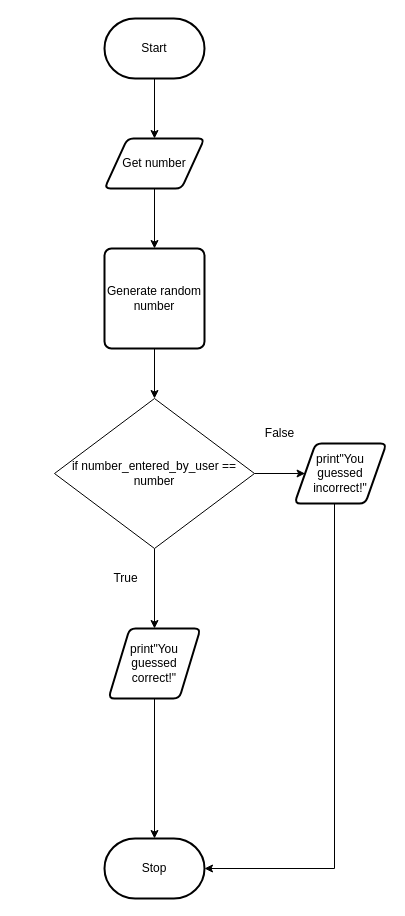
Before: flowchart.drawio in michael-clermont1/ICS3U-Unit4-07-Python, a draw.io diagram. Source tidied: cells renumbered, new cells numbered last; positions are measured from the earlier drawing's top-left corner, leaving out a move shared by most shapes. Both pictures are drawn from the tidied source at 100%, with x=0, y=0 at pixel (54, 18).
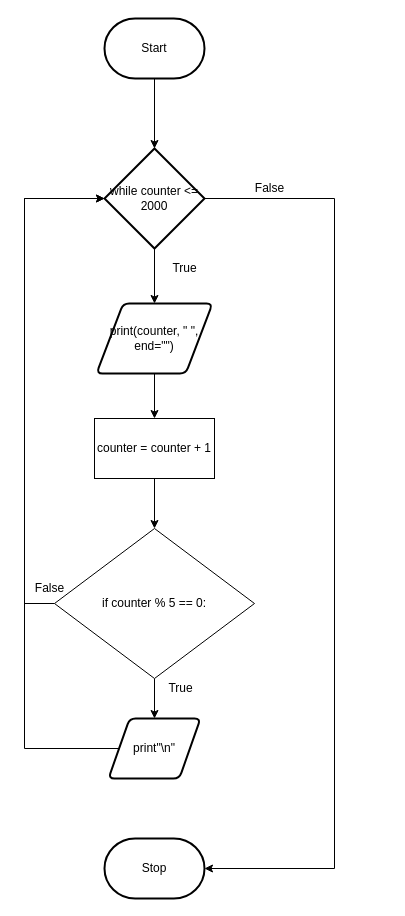
Above is the later version.

Unchanged cells that the change refers to:
```xml
<mxCell id="5" value="Start" style="strokeWidth=2;html=1;shape=mxgraph.flowchart.terminator;whiteSpace=wrap;" parent="1" vertex="1">
  <mxGeometry x="50" width="100" height="60" as="geometry" />
</mxCell>
<mxCell id="6" value="Stop" style="strokeWidth=2;html=1;shape=mxgraph.flowchart.terminator;whiteSpace=wrap;" parent="1" vertex="1">
  <mxGeometry x="50" y="820" width="100" height="60" as="geometry" />
</mxCell>
```

The edit, as a diff of the source:
```diff
@@
-    <mxCell id="2" style="edgeStyle=orthogonalEdgeStyle;rounded=0;html=1;exitX=0.5;exitY=1;exitDx=0;exitDy=0;entryX=0.5;entryY=0;entryDx=0;entryDy=0;" parent="1" edge="1" source="3" target="17">
-      <mxGeometry relative="1" as="geometry" />
-    </mxCell>
-    <mxCell id="3" value="Get number" style="shape=parallelogram;html=1;strokeWidth=2;perimeter=parallelogramPerimeter;whiteSpace=wrap;rounded=1;arcSize=12;size=0.23;" parent="1" vertex="1">
-      <mxGeometry x="50" y="120" width="100" height="50" as="geometry" />
-    </mxCell>
-    <mxCell id="4" style="edgeStyle=orthogonalEdgeStyle;rounded=0;html=1;entryX=0.5;entryY=0;entryDx=0;entryDy=0;" parent="1" edge="1" source="5" target="3">
-      <mxGeometry relative="1" as="geometry" />
-    </mxCell>
+    <mxCell id="18" style="edgeStyle=orthogonalEdgeStyle;html=1;entryX=0.5;entryY=0;entryDx=0;entryDy=0;entryPerimeter=0;rounded=0;" parent="1" edge="1" source="5" target="24">
+      <mxGeometry relative="1" as="geometry" />
+    </mxCell>
@@
-    <mxCell id="7" style="edgeStyle=orthogonalEdgeStyle;rounded=0;html=1;entryX=0.5;entryY=0;entryDx=0;entryDy=0;entryPerimeter=0;" parent="1" edge="1" source="8" target="6">
-      <mxGeometry relative="1" as="geometry" />
-    </mxCell>
+    <mxCell id="19" style="edgeStyle=orthogonalEdgeStyle;rounded=0;html=1;entryX=0.5;entryY=0;entryDx=0;entryDy=0;" parent="1" edge="1" source="8" target="26">
+      <mxGeometry relative="1" as="geometry" />
+    </mxCell>
-    <mxCell id="8" value="print&quot;You guessed correct!&quot;" style="shape=parallelogram;html=1;strokeWidth=2;perimeter=parallelogramPerimeter;whiteSpace=wrap;rounded=1;arcSize=12;size=0.23;" parent="1" vertex="1">
-      <mxGeometry x="54" y="610" width="92" height="70" as="geometry" />
+    <mxCell id="8" value="print(counter, &quot; &quot;, end=&quot;&quot;)" style="shape=parallelogram;html=1;strokeWidth=2;perimeter=parallelogramPerimeter;whiteSpace=wrap;rounded=1;arcSize=12;size=0.23;" parent="1" vertex="1">
+      <mxGeometry x="42" y="285" width="116" height="70" as="geometry" />
     </mxCell>
-    <mxCell id="9" style="edgeStyle=orthogonalEdgeStyle;rounded=0;html=1;entryX=1;entryY=0.5;entryDx=0;entryDy=0;entryPerimeter=0;" parent="1" edge="1" source="10" target="6">
-      <mxGeometry relative="1" as="geometry">
-        <Array as="points">
-          <mxPoint x="280" y="850" />
-        </Array>
-      </mxGeometry>
-    </mxCell>
+    <mxCell id="20" style="edgeStyle=orthogonalEdgeStyle;rounded=0;html=1;entryX=0;entryY=0.5;entryDx=0;entryDy=0;entryPerimeter=0;" parent="1" edge="1" source="10" target="24">
+      <mxGeometry relative="1" as="geometry">
+        <Array as="points">
+          <mxPoint x="-30" y="730" />
+          <mxPoint x="-30" y="180" />
+        </Array>
+      </mxGeometry>
+    </mxCell>
-    <mxCell id="10" value="print&quot;You guessed incorrect!&quot;" style="shape=parallelogram;html=1;strokeWidth=2;perimeter=parallelogramPerimeter;whiteSpace=wrap;rounded=1;arcSize=12;size=0.23;" parent="1" vertex="1">
-      <mxGeometry x="240" y="425" width="92" height="60" as="geometry" />
+    <mxCell id="10" value="print&quot;\n&quot;" style="shape=parallelogram;html=1;strokeWidth=2;perimeter=parallelogramPerimeter;whiteSpace=wrap;rounded=1;arcSize=12;size=0.23;" parent="1" vertex="1">
+      <mxGeometry x="54" y="700" width="92" height="60" as="geometry" />
     </mxCell>
-    <mxCell id="11" style="edgeStyle=none;html=1;entryX=0.5;entryY=0;entryDx=0;entryDy=0;" parent="1" edge="1" source="13" target="8">
-      <mxGeometry relative="1" as="geometry" />
-    </mxCell>
+    <mxCell id="21" style="edgeStyle=orthogonalEdgeStyle;rounded=0;html=1;entryX=0;entryY=0.5;entryDx=0;entryDy=0;entryPerimeter=0;" parent="1" edge="1" source="13" target="24">
+      <mxGeometry relative="1" as="geometry">
+        <Array as="points">
+          <mxPoint x="-30" y="585" />
+          <mxPoint x="-30" y="180" />
+        </Array>
+      </mxGeometry>
+    </mxCell>
-    <mxCell id="12" style="edgeStyle=orthogonalEdgeStyle;html=1;entryX=0;entryY=0.5;entryDx=0;entryDy=0;" parent="1" edge="1" source="13" target="10">
+    <mxCell id="12" style="edgeStyle=orthogonalEdgeStyle;rounded=0;html=1;entryX=0.5;entryY=0;entryDx=0;entryDy=0;" parent="1" edge="1" source="13" target="10">
       <mxGeometry relative="1" as="geometry" />
     </mxCell>
-    <mxCell id="13" value="&lt;span&gt;if number_entered_by_user == number&lt;/span&gt;" style="rhombus;whiteSpace=wrap;html=1;" parent="1" vertex="1">
-      <mxGeometry y="380" width="200" height="150" as="geometry" />
+    <mxCell id="13" value="&lt;span&gt;if counter % 5 == 0:&lt;/span&gt;" style="rhombus;whiteSpace=wrap;html=1;" parent="1" vertex="1">
+      <mxGeometry y="510" width="200" height="150" as="geometry" />
     </mxCell>
     <mxCell id="14" value="False" style="text;html=1;align=center;verticalAlign=middle;fillColor=none;strokeColor=none;rounded=0;" parent="1" vertex="1">
-      <mxGeometry x="200" y="405" width="50" height="20" as="geometry" />
+      <mxGeometry x="190" y="160" width="50" height="20" as="geometry" />
     </mxCell>
     <mxCell id="15" value="True" style="text;html=1;align=center;verticalAlign=middle;fillColor=none;strokeColor=none;rounded=0;" parent="1" vertex="1">
-      <mxGeometry x="51" y="550" width="40" height="20" as="geometry" />
+      <mxGeometry x="110" y="240" width="40" height="20" as="geometry" />
     </mxCell>
-    <mxCell id="16" style="edgeStyle=orthogonalEdgeStyle;rounded=0;html=1;entryX=0.5;entryY=0;entryDx=0;entryDy=0;" parent="1" edge="1" source="17" target="13">
-      <mxGeometry relative="1" as="geometry" />
-    </mxCell>
-    <mxCell id="17" value="Generate random number" style="rounded=1;whiteSpace=wrap;html=1;absoluteArcSize=1;arcSize=14;strokeWidth=2;" parent="1" vertex="1">
-      <mxGeometry x="50" y="230" width="100" height="100" as="geometry" />
-    </mxCell>
+    <mxCell id="22" style="edgeStyle=orthogonalEdgeStyle;rounded=0;html=1;entryX=0.5;entryY=0;entryDx=0;entryDy=0;" parent="1" edge="1" source="24" target="8">
+      <mxGeometry relative="1" as="geometry" />
+    </mxCell>
+    <mxCell id="23" style="edgeStyle=orthogonalEdgeStyle;rounded=0;html=1;entryX=1;entryY=0.5;entryDx=0;entryDy=0;entryPerimeter=0;" parent="1" edge="1" source="24" target="6">
+      <mxGeometry relative="1" as="geometry">
+        <Array as="points">
+          <mxPoint x="280" y="180" />
+          <mxPoint x="280" y="850" />
+        </Array>
+      </mxGeometry>
+    </mxCell>
+    <mxCell id="24" value="while counter &amp;lt;= 2000" style="strokeWidth=2;html=1;shape=mxgraph.flowchart.decision;whiteSpace=wrap;" parent="1" vertex="1">
+      <mxGeometry x="50" y="130" width="100" height="100" as="geometry" />
+    </mxCell>
+    <mxCell id="25" style="edgeStyle=orthogonalEdgeStyle;rounded=0;html=1;entryX=0.5;entryY=0;entryDx=0;entryDy=0;" parent="1" edge="1" source="26" target="13">
+      <mxGeometry relative="1" as="geometry" />
+    </mxCell>
+    <mxCell id="26" value="counter = counter + 1" style="rounded=0;whiteSpace=wrap;html=1;" parent="1" vertex="1">
+      <mxGeometry x="40" y="400" width="120" height="60" as="geometry" />
+    </mxCell>
+    <mxCell id="27" value="False" style="text;html=1;align=center;verticalAlign=middle;fillColor=none;strokeColor=none;rounded=0;" parent="1" vertex="1">
+      <mxGeometry x="-30" y="560" width="50" height="20" as="geometry" />
+    </mxCell>
+    <mxCell id="28" value="True" style="text;html=1;align=center;verticalAlign=middle;fillColor=none;strokeColor=none;rounded=0;" parent="1" vertex="1">
+      <mxGeometry x="106" y="660" width="40" height="20" as="geometry" />
+    </mxCell>
```
